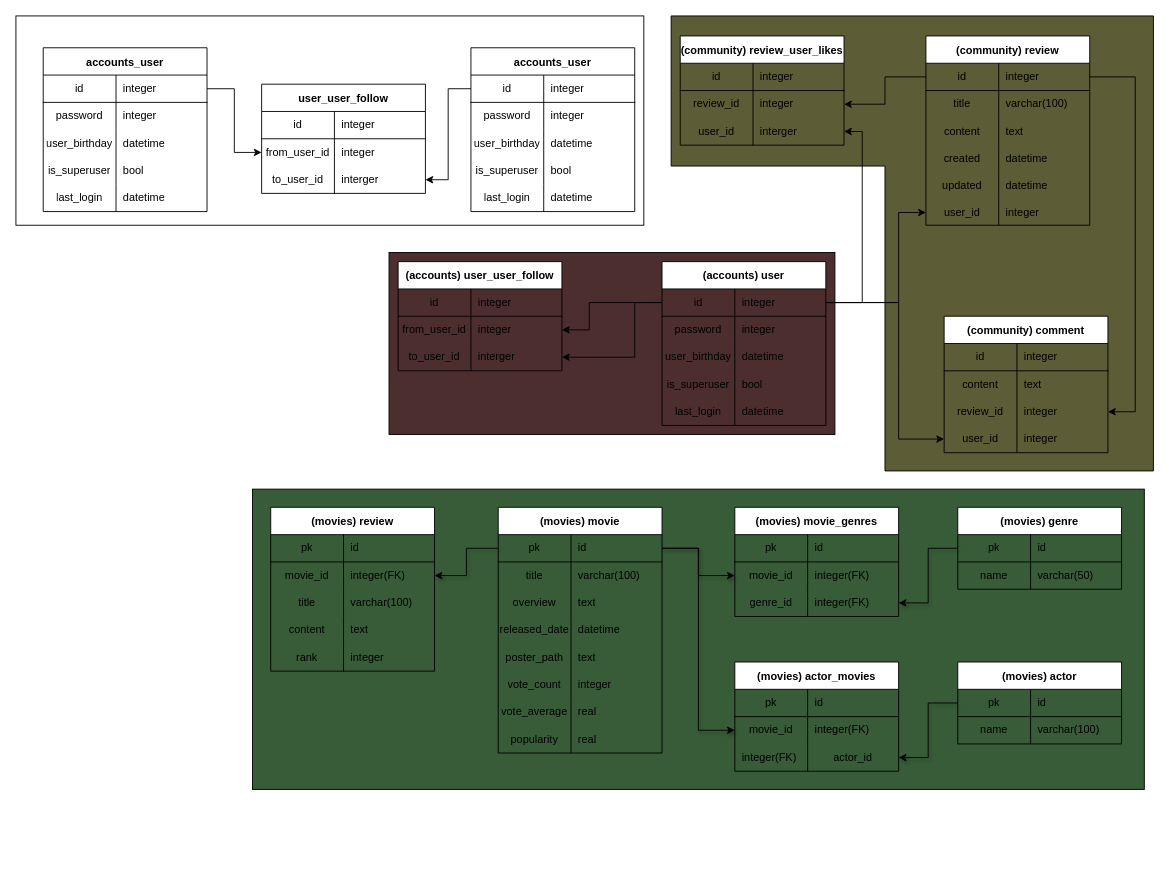
pjyc17/MCDJ keeps this draw.io diagram as pjt-final/test.drawio. Above is the earlier version. Source tidied: cells renumbered, new cells numbered last; positions are measured from the earlier drawing's top-left corner, leaving out a move shared by most shapes. Both pictures are drawn from the tidied source at 91%, with x=0, y=0 at pixel (15, 2).
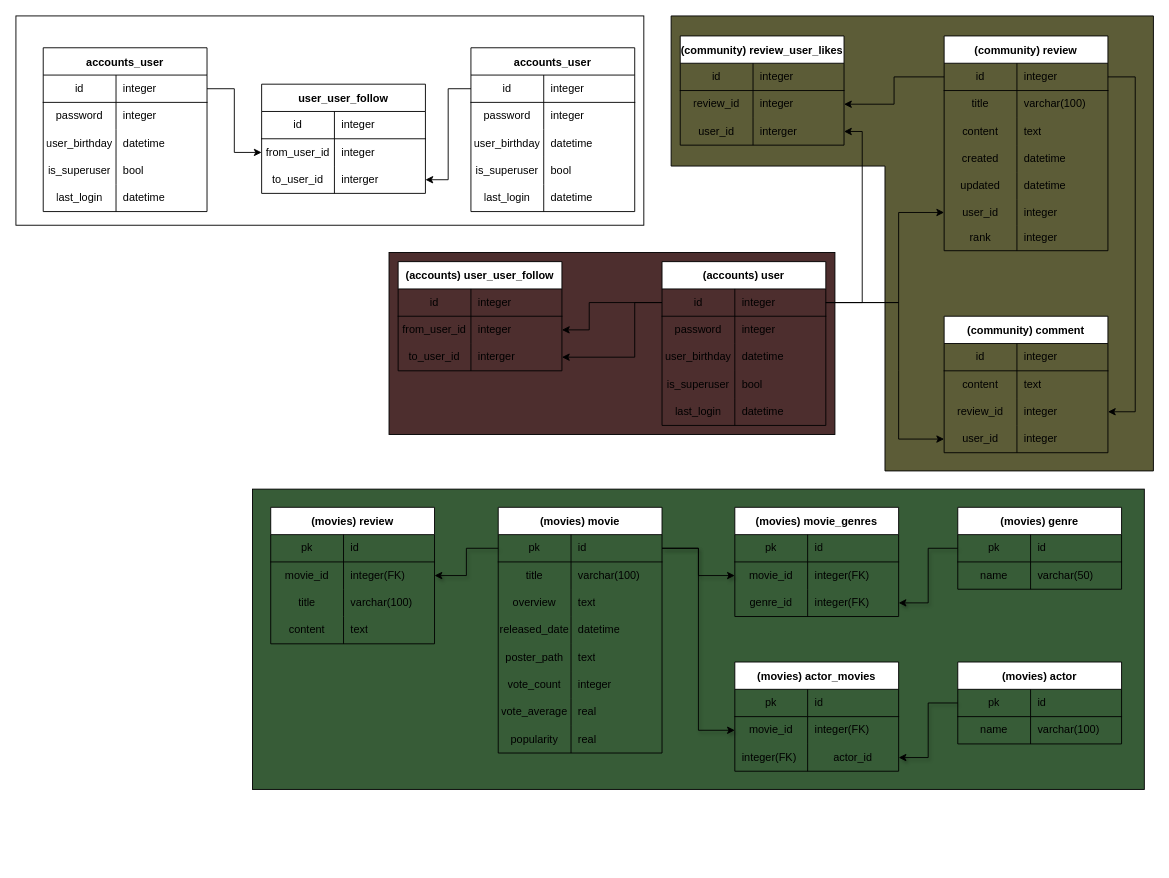
Above is the later version.

Unchanged cells that the change refers to:
```xml
<mxCell id="125" style="group;" parent="1" vertex="1">
  <mxGeometry x="280" y="555" width="960" height="390" as="geometry" />
</mxCell>
```

Diff of the diagram source:
```diff
@@
     <mxCell id="33" value="(community) review" style="shape=table;startSize=30;childLayout=tableLayout;rowLines=0;fontStyle=1;align=center;" parent="1" vertex="1">
-      <mxGeometry x="1000" y="37" width="180" height="208" as="geometry" />
+      <mxGeometry x="1020" y="37" width="180" height="236" as="geometry" />
     </mxCell>
@@
+    <mxCell id="207" style="shape=partialRectangle;html=1;whiteSpace=wrap;fillColor=none;top=0;left=0;bottom=0;right=0;" parent="33" vertex="1">
+      <mxGeometry y="208" width="180" height="28" as="geometry" />
+    </mxCell>
+    <mxCell id="166" value="rank" style="shape=partialRectangle;html=1;whiteSpace=wrap;fillColor=none;top=0;left=0;bottom=0;right=0;overflow=hidden;" parent="207" vertex="1">
+      <mxGeometry width="80" height="28" as="geometry" />
+    </mxCell>
+    <mxCell id="167" value="integer" style="shape=partialRectangle;html=1;whiteSpace=wrap;fillColor=none;top=0;left=0;bottom=0;right=0;align=left;spacingLeft=6;overflow=hidden;" parent="207" vertex="1">
+      <mxGeometry x="80" width="100" height="28" as="geometry" />
+    </mxCell>
@@
     <mxCell id="152" value="(movies) review" style="shape=table;startSize=30;childLayout=tableLayout;rowLines=0;fontStyle=1;align=center;" parent="125" vertex="1">
-      <mxGeometry width="180" height="180" as="geometry" />
+      <mxGeometry width="180" height="150" as="geometry" />
     </mxCell>
@@
-    <mxCell id="165" style="shape=partialRectangle;html=1;whiteSpace=wrap;fillColor=none;top=0;left=0;bottom=0;right=0;" parent="152" vertex="1">
-      <mxGeometry y="150" width="180" height="30" as="geometry" />
-    </mxCell>
-    <mxCell id="166" value="rank" style="shape=partialRectangle;html=1;whiteSpace=wrap;fillColor=none;top=0;left=0;bottom=0;right=0;overflow=hidden;" parent="165" vertex="1">
-      <mxGeometry width="80" height="30" as="geometry" />
-    </mxCell>
-    <mxCell id="167" value="integer" style="shape=partialRectangle;html=1;whiteSpace=wrap;fillColor=none;top=0;left=0;bottom=0;right=0;align=left;spacingLeft=6;overflow=hidden;" parent="165" vertex="1">
-      <mxGeometry x="80" width="100" height="30" as="geometry" />
-    </mxCell>
```
